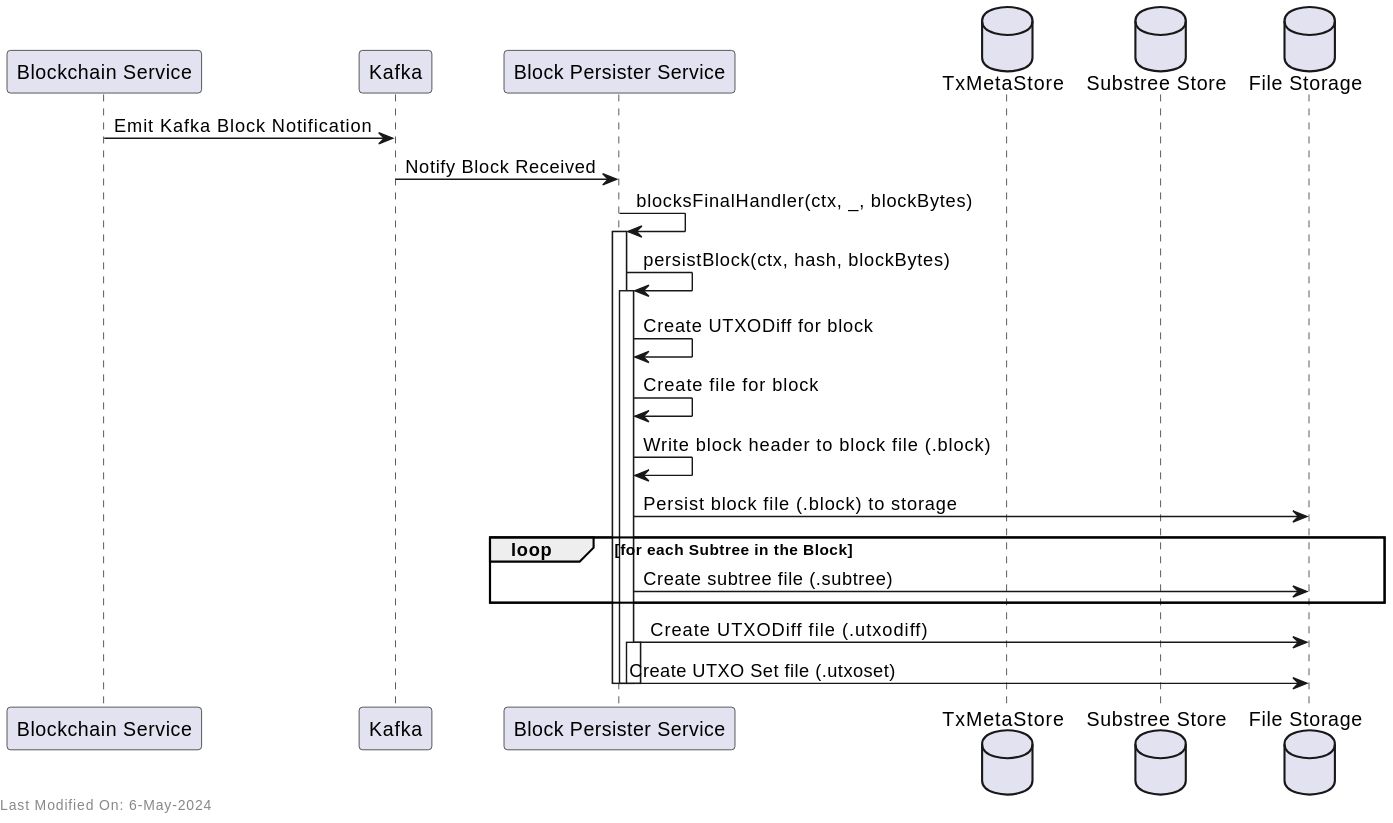
The PlantUML diagram docs/services/img/plantuml/blockpersister/block_persister_receive_new_blocks.svg in freemans13/teranode, before a commit. Its source is kept beside it as docs/services/img/plantuml/blockpersister/block_persister_receive_new_blocks.puml.
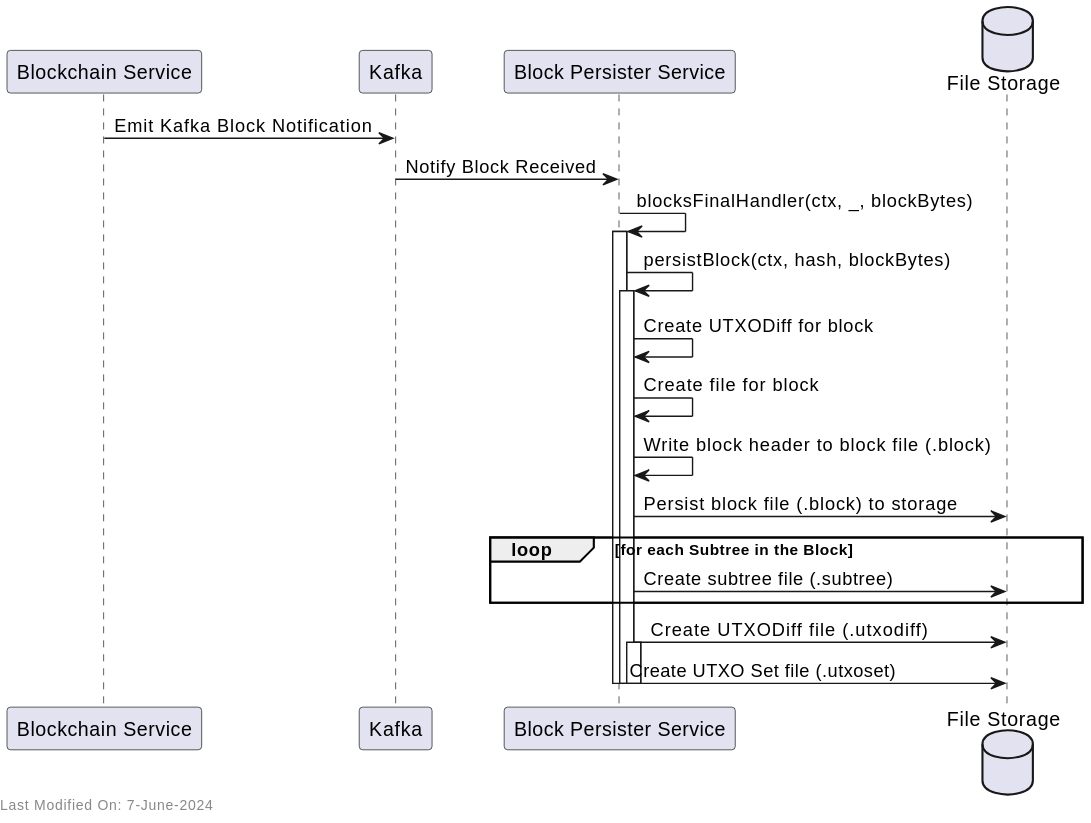
Later version of the same file.

Commit message:
Documentation - UTXO Maps - Updated Block Persister documentation

The edit, as a diff of the source:
```diff
@@ -2,9 +2,6 @@
 participant "Blockchain Service" as Blockchain
 participant "Kafka" as Kafka
 participant "Block Persister Service" as BlockPersister
-database "TxMetaStore" as TMS
-database "Substree Store" as SubtreeStore
-database "Substree Store" as SubtreeStore
 database "File Storage" as FileStorage
 
 Blockchain -> Kafka: Emit Kafka Block Notification
@@ -35,6 +32,6 @@
 deactivate BlockPersister
 
 
-left footer Last Modified On: 6-May-2024
+left footer Last Modified On: 7-June-2024
 
 @enduml
```
